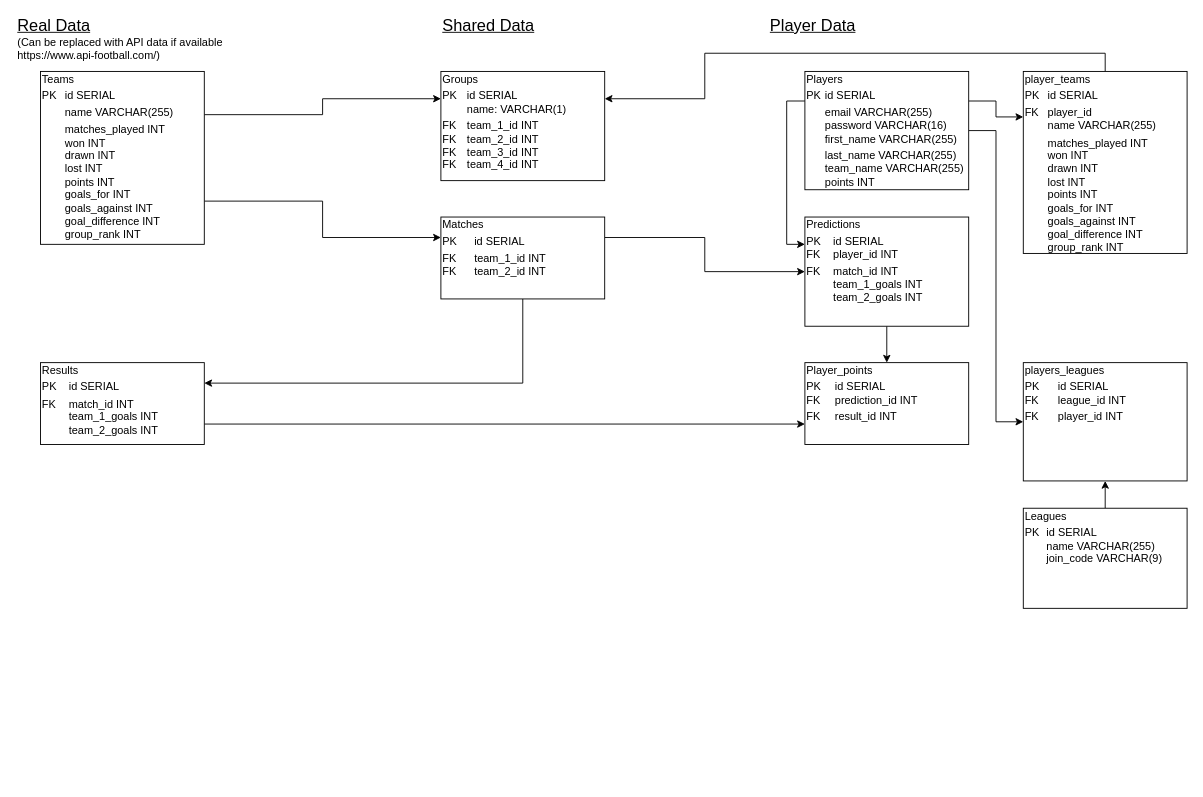
This is planning/db_diagram.drawio from Stanhoucke/euros_predictor, a draw.io file, before an edit. Source tidied: cells renumbered, new cells numbered last; positions are measured from the earlier drawing's top-left corner, leaving out a move shared by most shapes. Both pictures are drawn from the tidied source at 91%, with x=0, y=0 at pixel (15, 16).
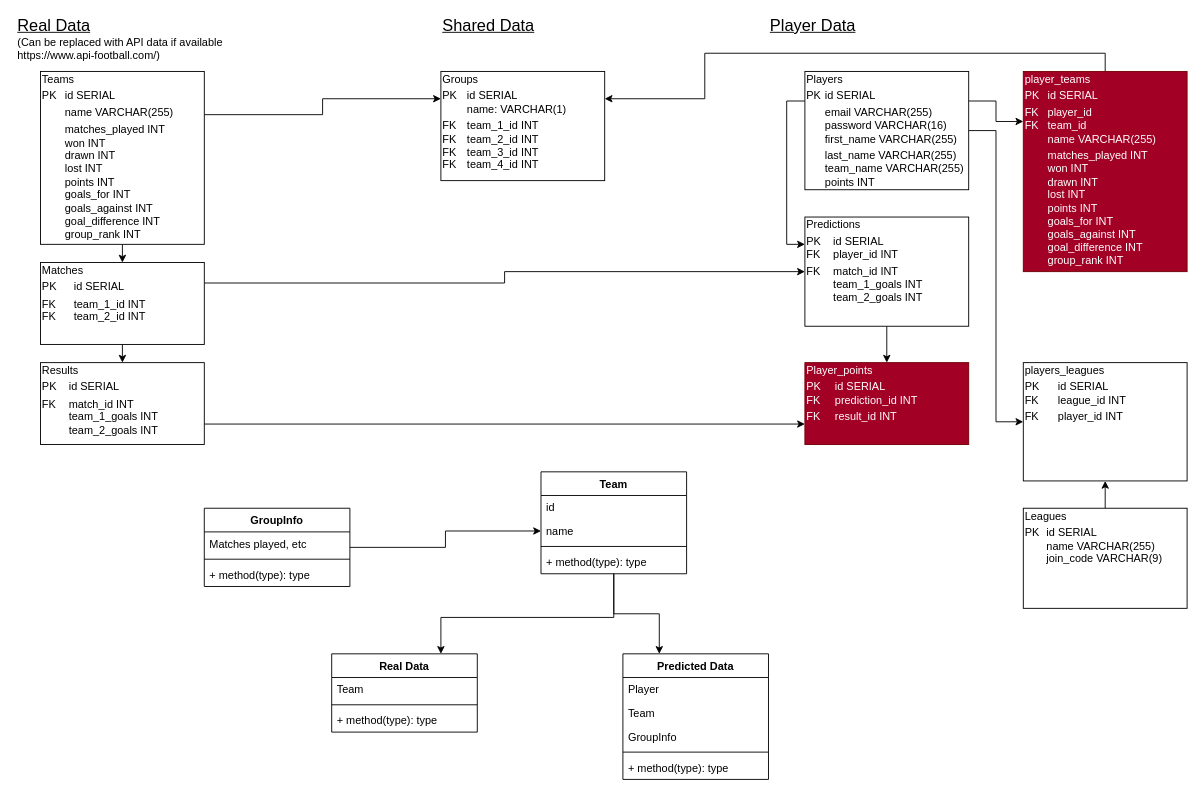
The same page after the edit.

The change refers to these unchanged cells:
```xml
<mxCell id="8" value="&lt;div style=&quot;box-sizing: border-box ; width: 100% ; padding: 2px&quot;&gt;Teams&lt;/div&gt;&lt;table style=&quot;width: 100% ; font-size: 1em&quot; cellpadding=&quot;2&quot; cellspacing=&quot;0&quot;&gt;&lt;tbody&gt;&lt;tr&gt;&lt;td&gt;PK&lt;/td&gt;&lt;td&gt;id SERIAL&lt;/td&gt;&lt;/tr&gt;&lt;tr&gt;&lt;td&gt;&lt;br&gt;&lt;/td&gt;&lt;td&gt;name VARCHAR(255)&lt;/td&gt;&lt;/tr&gt;&lt;tr&gt;&lt;td&gt;&lt;/td&gt;&lt;td&gt;matches_played INT&lt;br&gt;won INT&lt;br&gt;drawn INT&lt;br&gt;lost INT&lt;br&gt;points INT&lt;br&gt;goals_for INT&lt;br&gt;goals_against INT&lt;br&gt;goal_difference INT&lt;br&gt;group_rank INT&lt;br&gt;&lt;/td&gt;&lt;/tr&gt;&lt;/tbody&gt;&lt;/table&gt;" style="verticalAlign=top;align=left;overflow=fill;html=1;labelBackgroundColor=none;" parent="1" vertex="1">
  <mxGeometry x="27" y="60" width="180" height="190" as="geometry" />
</mxCell>
<mxCell id="19" value="&lt;div style=&quot;box-sizing: border-box ; width: 100% ; padding: 2px&quot;&gt;Results&lt;/div&gt;&lt;table style=&quot;width: 100% ; font-size: 1em&quot; cellpadding=&quot;2&quot; cellspacing=&quot;0&quot;&gt;&lt;tbody&gt;&lt;tr&gt;&lt;td&gt;PK&lt;br&gt;&lt;/td&gt;&lt;td&gt;id SERIAL&lt;br&gt;&lt;/td&gt;&lt;/tr&gt;&lt;tr&gt;&lt;td&gt;FK&lt;br&gt;&lt;br&gt;&lt;br&gt;&lt;br&gt;&lt;/td&gt;&lt;td&gt;match_id INT&lt;br&gt;team_1_goals INT&lt;br&gt;team_2_goals INT&lt;br&gt;&lt;br&gt;&lt;/td&gt;&lt;/tr&gt;&lt;/tbody&gt;&lt;/table&gt;" style="verticalAlign=top;align=left;overflow=fill;html=1;labelBackgroundColor=none;" parent="1" vertex="1">
  <mxGeometry x="27" y="380" width="180" height="90" as="geometry" />
</mxCell>
```

Change to the diagram source:
```diff
@@
-    <mxCell id="6" style="edgeStyle=orthogonalEdgeStyle;rounded=0;jettySize=auto;html=1;exitX=1;exitY=0.75;exitDx=0;exitDy=0;entryX=0;entryY=0.25;entryDx=0;entryDy=0;fontSize=18;" parent="1" edge="1" source="8" target="11">
-      <mxGeometry relative="1" as="geometry" />
+    <mxCell id="6" style="edgeStyle=orthogonalEdgeStyle;rounded=0;jettySize=auto;html=1;exitX=0.5;exitY=1;exitDx=0;exitDy=0;fontSize=18;" parent="1" edge="1" source="8">
+      <mxGeometry relative="1" as="geometry">
+        <mxPoint x="117" y="270" as="targetPoint" />
+      </mxGeometry>
     </mxCell>
@@
-    <mxCell id="9" style="edgeStyle=orthogonalEdgeStyle;rounded=0;jettySize=auto;html=1;exitX=0.5;exitY=1;exitDx=0;exitDy=0;entryX=1;entryY=0.25;entryDx=0;entryDy=0;" parent="1" edge="1" source="11" target="19">
+    <mxCell id="9" style="edgeStyle=orthogonalEdgeStyle;rounded=0;jettySize=auto;html=1;exitX=0.5;exitY=1;exitDx=0;exitDy=0;entryX=0.5;entryY=0;entryDx=0;entryDy=0;" parent="1" edge="1" source="11" target="19">
       <mxGeometry relative="1" as="geometry" />
     </mxCell>
@@
     <mxCell id="11" value="&lt;div style=&quot;box-sizing: border-box ; width: 100% ; padding: 2px&quot;&gt;Matches&lt;/div&gt;&lt;table style=&quot;width: 100% ; font-size: 1em&quot; cellpadding=&quot;2&quot; cellspacing=&quot;0&quot;&gt;&lt;tbody&gt;&lt;tr&gt;&lt;td&gt;PK&lt;/td&gt;&lt;td&gt;id SERIAL&lt;/td&gt;&lt;/tr&gt;&lt;tr&gt;&lt;td&gt;FK&lt;br&gt;FK&lt;br&gt;&lt;br&gt;&lt;/td&gt;&lt;td&gt;team_1_id INT&lt;br&gt;team_2_id INT&lt;br&gt;&lt;br&gt;&lt;/td&gt;&lt;/tr&gt;&lt;/tbody&gt;&lt;/table&gt;" style="verticalAlign=top;align=left;overflow=fill;html=1;labelBackgroundColor=none;" parent="1" vertex="1">
-      <mxGeometry x="467" y="220" width="180" height="90" as="geometry" />
+      <mxGeometry x="27" y="270" width="180" height="90" as="geometry" />
     </mxCell>
@@
-    <mxCell id="20" value="&lt;div style=&quot;box-sizing: border-box ; width: 100% ; padding: 2px&quot;&gt;Player_points&lt;/div&gt;&lt;table style=&quot;width: 100% ; font-size: 1em&quot; cellpadding=&quot;2&quot; cellspacing=&quot;0&quot;&gt;&lt;tbody&gt;&lt;tr&gt;&lt;td&gt;PK&lt;br&gt;FK&lt;/td&gt;&lt;td&gt;id SERIAL&lt;br&gt;prediction_id INT&lt;/td&gt;&lt;/tr&gt;&lt;tr&gt;&lt;td&gt;FK&lt;br&gt;&lt;br&gt;&lt;/td&gt;&lt;td&gt;result_id INT&lt;br&gt;&lt;br&gt;&lt;/td&gt;&lt;/tr&gt;&lt;/tbody&gt;&lt;/table&gt;" style="verticalAlign=top;align=left;overflow=fill;html=1;labelBackgroundColor=none;" parent="1" vertex="1">
+    <mxCell id="20" value="&lt;div style=&quot;box-sizing: border-box ; width: 100% ; padding: 2px&quot;&gt;Player_points&lt;/div&gt;&lt;table style=&quot;width: 100% ; font-size: 1em&quot; cellpadding=&quot;2&quot; cellspacing=&quot;0&quot;&gt;&lt;tbody&gt;&lt;tr&gt;&lt;td&gt;PK&lt;br&gt;FK&lt;/td&gt;&lt;td&gt;id SERIAL&lt;br&gt;prediction_id INT&lt;/td&gt;&lt;/tr&gt;&lt;tr&gt;&lt;td&gt;FK&lt;br&gt;&lt;br&gt;&lt;/td&gt;&lt;td&gt;result_id INT&lt;br&gt;&lt;br&gt;&lt;/td&gt;&lt;/tr&gt;&lt;/tbody&gt;&lt;/table&gt;" style="verticalAlign=top;align=left;overflow=fill;html=1;labelBackgroundColor=none;fillColor=#a20025;strokeColor=#6F0000;fontColor=#ffffff;" parent="1" vertex="1">
       <mxGeometry x="867" y="380" width="180" height="90" as="geometry" />
     </mxCell>
@@
-    <mxCell id="26" value="&lt;div style=&quot;box-sizing: border-box ; width: 100% ; padding: 2px&quot;&gt;player_teams&lt;/div&gt;&lt;table style=&quot;width: 100% ; font-size: 1em&quot; cellpadding=&quot;2&quot; cellspacing=&quot;0&quot;&gt;&lt;tbody&gt;&lt;tr&gt;&lt;td&gt;PK&lt;/td&gt;&lt;td&gt;id SERIAL&lt;/td&gt;&lt;/tr&gt;&lt;tr&gt;&lt;td&gt;FK&lt;br&gt;&lt;br&gt;&lt;/td&gt;&lt;td&gt;player_id&lt;br&gt;name VARCHAR(255)&lt;/td&gt;&lt;/tr&gt;&lt;tr&gt;&lt;td&gt;&lt;/td&gt;&lt;td&gt;matches_played INT&lt;br&gt;won INT&lt;br&gt;drawn INT&lt;br&gt;lost INT&lt;br&gt;points INT&lt;br&gt;goals_for INT&lt;br&gt;goals_against INT&lt;br&gt;goal_difference INT&lt;br&gt;group_rank INT&lt;br&gt;&lt;/td&gt;&lt;/tr&gt;&lt;/tbody&gt;&lt;/table&gt;" style="verticalAlign=top;align=left;overflow=fill;html=1;labelBackgroundColor=none;" parent="1" vertex="1">
-      <mxGeometry x="1107" y="60" width="180" height="200" as="geometry" />
+    <mxCell id="26" value="&lt;div style=&quot;box-sizing: border-box ; width: 100% ; padding: 2px&quot;&gt;player_teams&lt;/div&gt;&lt;table style=&quot;width: 100% ; font-size: 1em&quot; cellpadding=&quot;2&quot; cellspacing=&quot;0&quot;&gt;&lt;tbody&gt;&lt;tr&gt;&lt;td&gt;PK&lt;/td&gt;&lt;td&gt;id SERIAL&lt;/td&gt;&lt;/tr&gt;&lt;tr&gt;&lt;td&gt;FK&lt;br&gt;FK&lt;br&gt;&lt;br&gt;&lt;/td&gt;&lt;td&gt;player_id&lt;br&gt;team_id&lt;br&gt;name VARCHAR(255)&lt;/td&gt;&lt;/tr&gt;&lt;tr&gt;&lt;td&gt;&lt;/td&gt;&lt;td&gt;matches_played INT&lt;br&gt;won INT&lt;br&gt;drawn INT&lt;br&gt;lost INT&lt;br&gt;points INT&lt;br&gt;goals_for INT&lt;br&gt;goals_against INT&lt;br&gt;goal_difference INT&lt;br&gt;group_rank INT&lt;br&gt;&lt;/td&gt;&lt;/tr&gt;&lt;/tbody&gt;&lt;/table&gt;" style="verticalAlign=top;align=left;overflow=fill;html=1;labelBackgroundColor=none;fillColor=#a20025;strokeColor=#6F0000;fontColor=#ffffff;" parent="1" vertex="1">
+      <mxGeometry x="1107" y="60" width="180" height="220" as="geometry" />
     </mxCell>
+    <mxCell id="27" style="edgeStyle=orthogonalEdgeStyle;rounded=0;jettySize=auto;html=1;entryX=0.25;entryY=0;entryDx=0;entryDy=0;" parent="1" edge="1" source="29" target="38">
+      <mxGeometry relative="1" as="geometry" />
+    </mxCell>
+    <mxCell id="28" style="edgeStyle=orthogonalEdgeStyle;rounded=0;jettySize=auto;html=1;entryX=0.75;entryY=0;entryDx=0;entryDy=0;" parent="1" edge="1" source="29" target="34">
+      <mxGeometry relative="1" as="geometry">
+        <Array as="points">
+          <mxPoint x="657" y="660" />
+          <mxPoint x="467" y="660" />
+        </Array>
+      </mxGeometry>
+    </mxCell>
+    <mxCell id="29" value="Team" style="swimlane;fontStyle=1;align=center;verticalAlign=top;horizontal=1;startSize=26;" parent="1" vertex="1">
+      <mxGeometry x="577" y="500" width="160" height="112" as="geometry" />
+    </mxCell>
+    <mxCell id="30" value="id" style="text;strokeColor=none;fillColor=none;align=left;verticalAlign=top;spacingLeft=4;spacingRight=4;overflow=hidden;" parent="29" vertex="1">
+      <mxGeometry y="26" width="160" height="26" as="geometry" />
+    </mxCell>
+    <mxCell id="31" value="name" style="text;strokeColor=none;fillColor=none;align=left;verticalAlign=top;spacingLeft=4;spacingRight=4;overflow=hidden;points=[[0,0.5],[1,0.5]];portConstraint=eastwest;" parent="29" vertex="1">
+      <mxGeometry y="52" width="160" height="26" as="geometry" />
+    </mxCell>
+    <mxCell id="32" style="line;strokeWidth=1;fillColor=none;align=left;verticalAlign=middle;spacingTop=-1;spacingLeft=3;spacingRight=3;labelPosition=right;" parent="29" vertex="1">
+      <mxGeometry y="78" width="160" height="8" as="geometry" />
+    </mxCell>
+    <mxCell id="33" value="+ method(type): type" style="text;strokeColor=none;fillColor=none;align=left;verticalAlign=top;spacingLeft=4;spacingRight=4;overflow=hidden;" parent="29" vertex="1">
+      <mxGeometry y="86" width="160" height="26" as="geometry" />
+    </mxCell>
+    <mxCell id="34" value="Real Data" style="swimlane;fontStyle=1;align=center;verticalAlign=top;horizontal=1;startSize=26;" parent="1" vertex="1">
+      <mxGeometry x="347" y="700" width="160" height="86" as="geometry" />
+    </mxCell>
+    <mxCell id="35" value="Team" style="text;strokeColor=none;fillColor=none;align=left;verticalAlign=top;spacingLeft=4;spacingRight=4;overflow=hidden;" parent="34" vertex="1">
+      <mxGeometry y="26" width="160" height="26" as="geometry" />
+    </mxCell>
+    <mxCell id="36" style="line;strokeWidth=1;fillColor=none;align=left;verticalAlign=middle;spacingTop=-1;spacingLeft=3;spacingRight=3;labelPosition=right;" parent="34" vertex="1">
+      <mxGeometry y="52" width="160" height="8" as="geometry" />
+    </mxCell>
+    <mxCell id="37" value="+ method(type): type" style="text;strokeColor=none;fillColor=none;align=left;verticalAlign=top;spacingLeft=4;spacingRight=4;overflow=hidden;" parent="34" vertex="1">
+      <mxGeometry y="60" width="160" height="26" as="geometry" />
+    </mxCell>
+    <mxCell id="38" value="Predicted Data" style="swimlane;fontStyle=1;align=center;verticalAlign=top;horizontal=1;startSize=26;" parent="1" vertex="1">
+      <mxGeometry x="667" y="700" width="160" height="138" as="geometry" />
+    </mxCell>
+    <mxCell id="39" value="Player" style="text;strokeColor=none;fillColor=none;align=left;verticalAlign=top;spacingLeft=4;spacingRight=4;overflow=hidden;" parent="38" vertex="1">
+      <mxGeometry y="26" width="160" height="26" as="geometry" />
+    </mxCell>
+    <mxCell id="40" value="Team" style="text;strokeColor=none;fillColor=none;align=left;verticalAlign=top;spacingLeft=4;spacingRight=4;overflow=hidden;" parent="38" vertex="1">
+      <mxGeometry y="52" width="160" height="26" as="geometry" />
+    </mxCell>
+    <mxCell id="41" value="GroupInfo" style="text;strokeColor=none;fillColor=none;align=left;verticalAlign=top;spacingLeft=4;spacingRight=4;overflow=hidden;" parent="38" vertex="1">
+      <mxGeometry y="78" width="160" height="26" as="geometry" />
+    </mxCell>
+    <mxCell id="42" style="line;strokeWidth=1;fillColor=none;align=left;verticalAlign=middle;spacingTop=-1;spacingLeft=3;spacingRight=3;labelPosition=right;" parent="38" vertex="1">
+      <mxGeometry y="104" width="160" height="8" as="geometry" />
+    </mxCell>
+    <mxCell id="43" value="+ method(type): type" style="text;strokeColor=none;fillColor=none;align=left;verticalAlign=top;spacingLeft=4;spacingRight=4;overflow=hidden;" parent="38" vertex="1">
+      <mxGeometry y="112" width="160" height="26" as="geometry" />
+    </mxCell>
+    <mxCell id="44" style="edgeStyle=orthogonalEdgeStyle;rounded=0;jettySize=auto;html=1;entryX=0;entryY=0.5;entryDx=0;entryDy=0;" parent="1" edge="1" source="45" target="31">
+      <mxGeometry relative="1" as="geometry" />
+    </mxCell>
+    <mxCell id="45" value="GroupInfo" style="swimlane;fontStyle=1;align=center;verticalAlign=top;horizontal=1;startSize=26;" parent="1" vertex="1">
+      <mxGeometry x="207" y="540" width="160" height="86" as="geometry" />
+    </mxCell>
+    <mxCell id="46" value="Matches played, etc" style="text;strokeColor=none;fillColor=none;align=left;verticalAlign=top;spacingLeft=4;spacingRight=4;overflow=hidden;" parent="45" vertex="1">
+      <mxGeometry y="26" width="160" height="26" as="geometry" />
+    </mxCell>
+    <mxCell id="47" style="line;strokeWidth=1;fillColor=none;align=left;verticalAlign=middle;spacingTop=-1;spacingLeft=3;spacingRight=3;labelPosition=right;" parent="45" vertex="1">
+      <mxGeometry y="52" width="160" height="8" as="geometry" />
+    </mxCell>
+    <mxCell id="48" value="+ method(type): type" style="text;strokeColor=none;fillColor=none;align=left;verticalAlign=top;spacingLeft=4;spacingRight=4;overflow=hidden;" parent="45" vertex="1">
+      <mxGeometry y="60" width="160" height="26" as="geometry" />
+    </mxCell>
```
